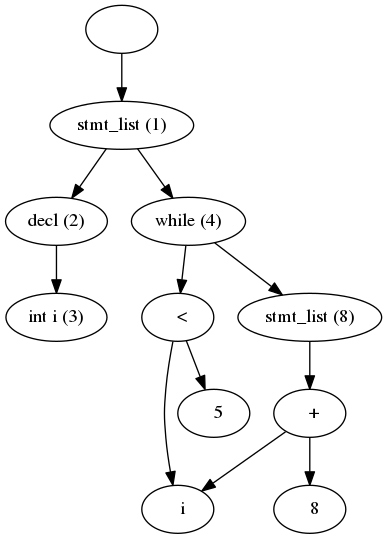
Before: ast.png, a diagram exported from Graphviz (vinayak-awanti/MiniC-Compiler). Its source is kept beside it as ast.dot.
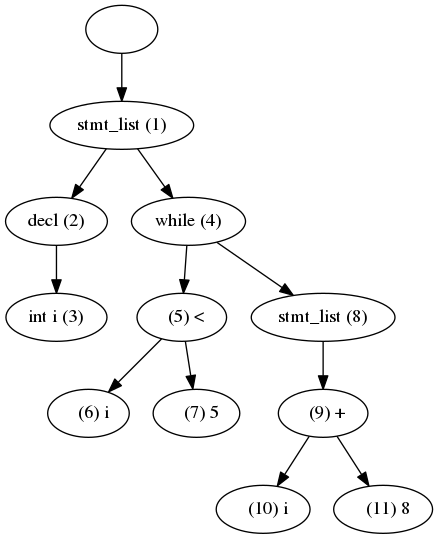
Above is the later version.

The edit, as a diff of the source:
```diff
@@ -3,11 +3,11 @@
 	"stmt_list (1)" -> "decl (2)";
 	"decl (2)" -> "int i (3)";
 	"stmt_list (1)" -> "while (4)";
-	"while (4)" -> "  <";
-	"  <" -> "  i";
-	"  <" -> "  5";
+	"while (4)" -> "  (5) <";
+	"  (5) <" -> "  (6) i";
+	"  (5) <" -> "  (7) 5";
 	"while (4)" -> "stmt_list (8)";
-	"stmt_list (8)" -> "  +";
-	"  +" -> "  i";
-	"  +" -> "  8";
+	"stmt_list (8)" -> "  (9) +";
+	"  (9) +" -> "  (10) i";
+	"  (9) +" -> "  (11) 8";
 }
```
